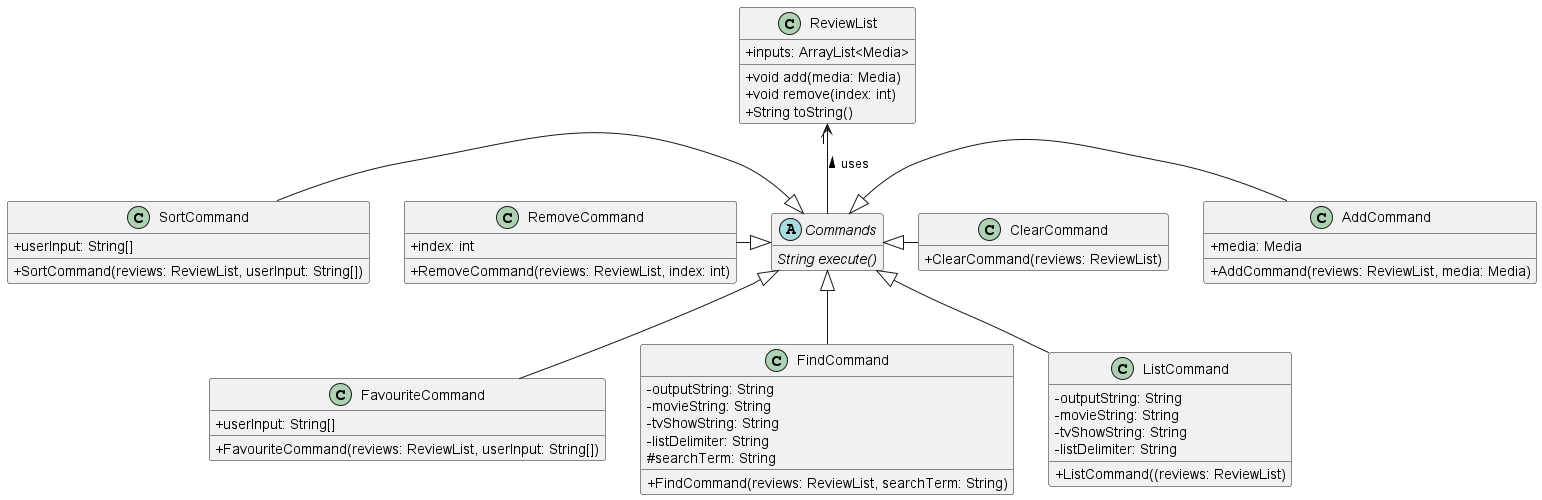
Earlier version of the PlantUML export docs/imgs/CommandsClass.png (nus-cs2113-AY2223S1/tp). Its source is kept beside it as docs/UML Diagrams/CommandsClass.puml.
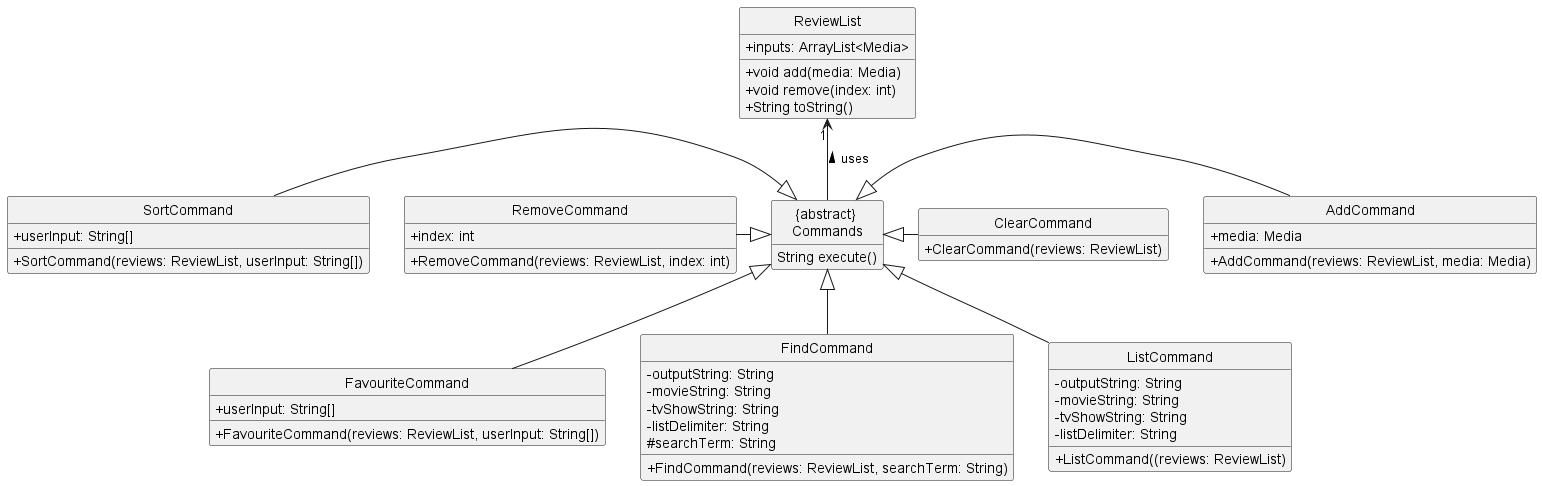
Later version of the same file.

What changed in the source:
```diff
@@ -1,10 +1,10 @@
 @startuml
 !include style.puml
 
-abstract class Commands {
-    {abstract} String execute()
+class "{abstract} \nCommands"  {
+    String execute()
 }
-hide Commands fields
+hide "{abstract} \nCommands" fields
 
 class AddCommand {
     +media: Media
@@ -55,18 +55,18 @@
     +String toString()
 }
 
-Commands -up-> "1" ReviewList : > uses
+"{abstract} \nCommands" -up-> "1" ReviewList : > uses
 
 skinparam groupInheritance 1
 
-Commands <|-right- AddCommand
-Commands <|-right- ClearCommand
-Commands <|-- FavouriteCommand
+"{abstract} \nCommands" <|-right- AddCommand
+"{abstract} \nCommands" <|-right- ClearCommand
+"{abstract} \nCommands" <|-- FavouriteCommand
 
-Commands <|-- FindCommand
-Commands <|-- ListCommand
-Commands <|-left- RemoveCommand
-Commands <|-left- SortCommand
+"{abstract} \nCommands" <|-- FindCommand
+"{abstract} \nCommands" <|-- ListCommand
+"{abstract} \nCommands" <|-left- RemoveCommand
+"{abstract} \nCommands" <|-left- SortCommand
 
 
 @enduml
```
